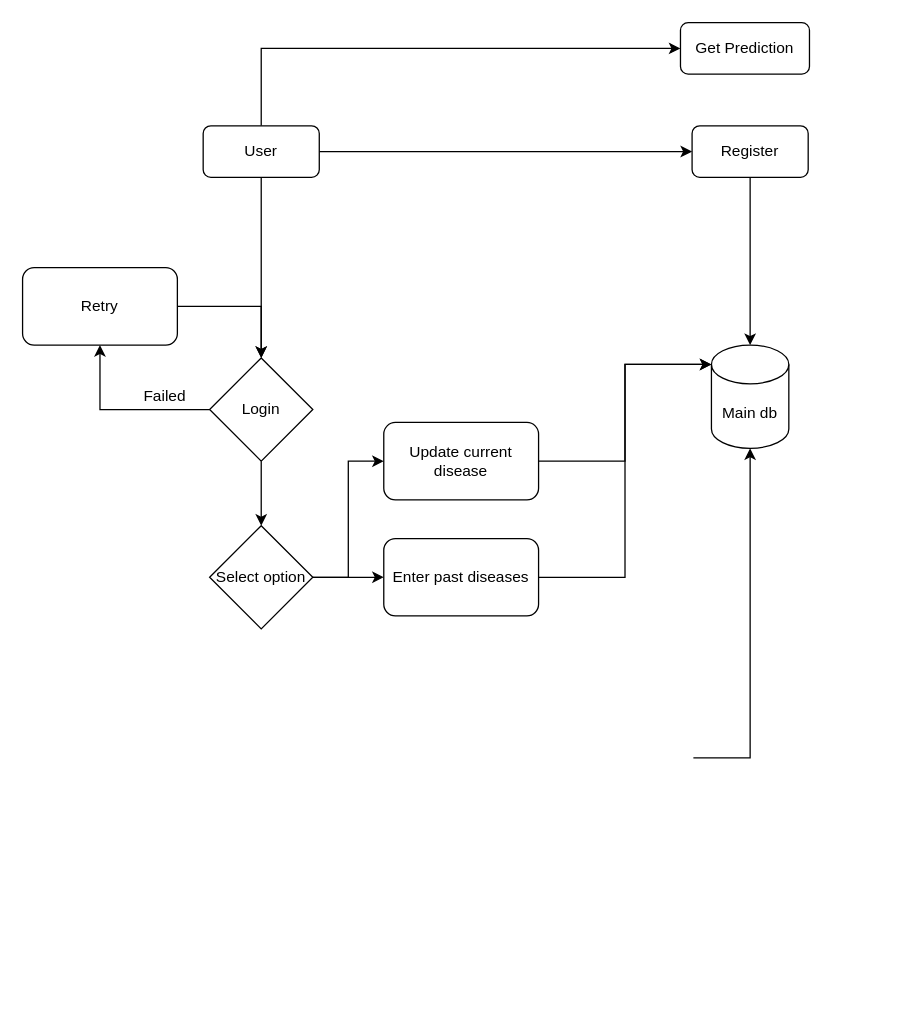
Above: page "Architecture" (5 of 7) of nadi.drawio in MohitBurkule/nadi (draw.io), before the change. Source tidied: cells renumbered, new cells numbered last; positions are measured from the earlier drawing's top-left corner, leaving out a move shared by most shapes. Both pictures are drawn from the tidied source at 129%, with x=0, y=0 at pixel (22, 22).
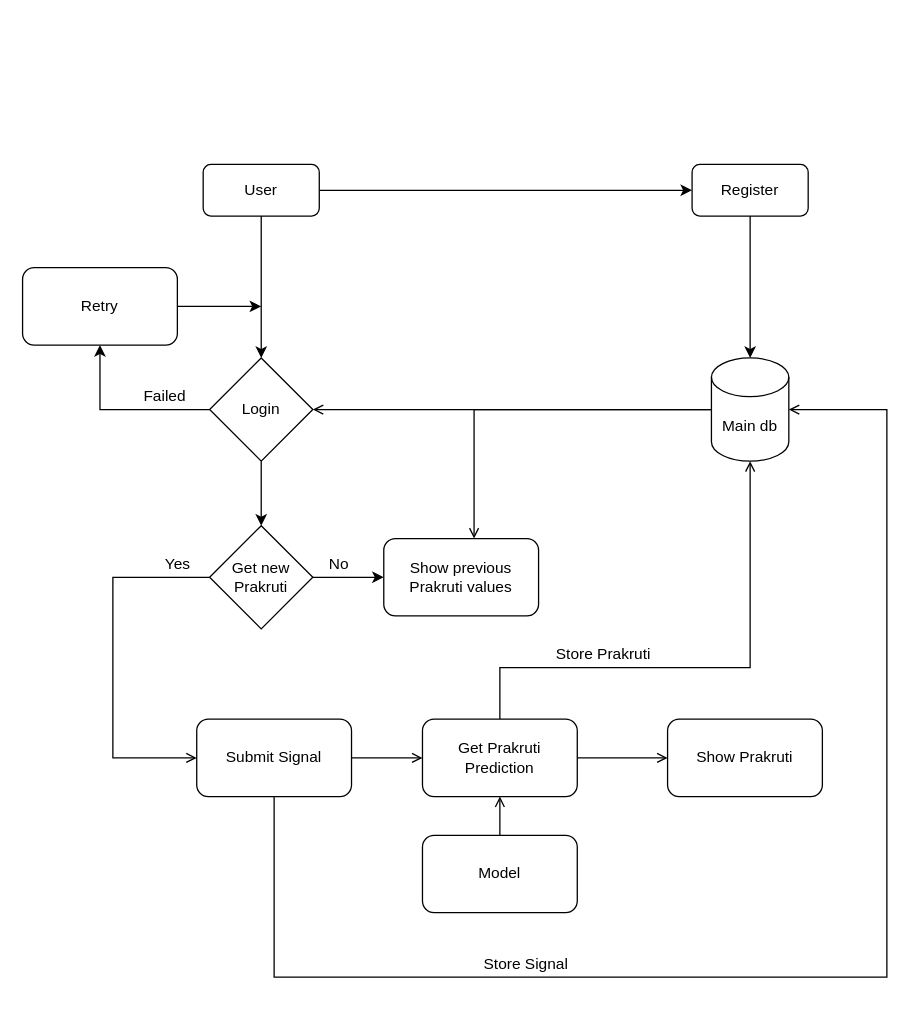
Above is the later version.

The change refers to these unchanged cells:
```xml
<mxCell id="11" value="Login" style="rhombus;whiteSpace=wrap;html=1;" parent="1" vertex="1">
  <mxGeometry x="145" y="260" width="80" height="80" as="geometry" />
</mxCell>
<mxCell id="15" value="Retry" style="rounded=1;whiteSpace=wrap;html=1;" parent="1" vertex="1">
  <mxGeometry y="190" width="120" height="60" as="geometry" />
</mxCell>
```

The edit, as a diff of the source:
```diff
@@
+    <mxCell id="24" style="edgeStyle=orthogonalEdgeStyle;rounded=0;jettySize=auto;html=1;exitX=0;exitY=0.5;exitDx=0;exitDy=0;exitPerimeter=0;endArrow=open;endFill=0;" parent="1" edge="1" source="2" target="21">
+      <mxGeometry relative="1" as="geometry">
+        <Array as="points">
+          <mxPoint x="350" y="300" />
+        </Array>
+      </mxGeometry>
+    </mxCell>
+    <mxCell id="25" style="edgeStyle=orthogonalEdgeStyle;rounded=0;jettySize=auto;html=1;exitX=0;exitY=0.5;exitDx=0;exitDy=0;exitPerimeter=0;entryX=1;entryY=0.5;entryDx=0;entryDy=0;endArrow=open;endFill=0;" parent="1" edge="1" source="2" target="11">
+      <mxGeometry relative="1" as="geometry" />
+    </mxCell>
     <mxCell id="2" value="Main db" style="shape=cylinder3;whiteSpace=wrap;html=1;boundedLbl=1;backgroundOutline=1;size=15;" parent="1" vertex="1">
-      <mxGeometry x="534" y="250" width="60" height="80" as="geometry" />
+      <mxGeometry x="534" y="260" width="60" height="80" as="geometry" />
     </mxCell>
@@
-    <mxCell id="5" style="edgeStyle=orthogonalEdgeStyle;rounded=0;jettySize=auto;html=1;exitX=0.5;exitY=0;exitDx=0;exitDy=0;entryX=0;entryY=0.5;entryDx=0;entryDy=0;" parent="1" edge="1" source="6" target="23">
-      <mxGeometry relative="1" as="geometry" />
-    </mxCell>
     <mxCell id="6" value="User" style="rounded=1;whiteSpace=wrap;html=1;" parent="1" vertex="1">
-      <mxGeometry x="140" y="80" width="90" height="40" as="geometry" />
+      <mxGeometry x="140" y="110" width="90" height="40" as="geometry" />
     </mxCell>
@@
     <mxCell id="8" value="Register" style="rounded=1;whiteSpace=wrap;html=1;" parent="1" vertex="1">
-      <mxGeometry x="519" y="80" width="90" height="40" as="geometry" />
+      <mxGeometry x="519" y="110" width="90" height="40" as="geometry" />
     </mxCell>
@@
+    <mxCell id="26" style="edgeStyle=orthogonalEdgeStyle;rounded=0;jettySize=auto;html=1;exitX=1;exitY=0.5;exitDx=0;exitDy=0;endArrow=open;endFill=0;" parent="1" edge="1" source="13" target="31">
+      <mxGeometry relative="1" as="geometry" />
+    </mxCell>
-    <mxCell id="12" style="edgeStyle=orthogonalEdgeStyle;rounded=0;jettySize=auto;html=1;entryX=0;entryY=0;entryDx=0;entryDy=15;entryPerimeter=0;" parent="1" edge="1" source="13" target="2">
-      <mxGeometry relative="1" as="geometry" />
+    <mxCell id="12" style="edgeStyle=orthogonalEdgeStyle;rounded=0;jettySize=auto;html=1;exitX=0.5;exitY=1;exitDx=0;exitDy=0;entryX=1;entryY=0.5;entryDx=0;entryDy=0;entryPerimeter=0;endArrow=open;endFill=0;" parent="1" edge="1" source="13" target="2">
+      <mxGeometry relative="1" as="geometry">
+        <Array as="points">
+          <mxPoint x="195" y="740" />
+          <mxPoint x="670" y="740" />
+          <mxPoint x="670" y="300" />
+        </Array>
+      </mxGeometry>
     </mxCell>
-    <mxCell id="13" value="Update current disease" style="rounded=1;whiteSpace=wrap;html=1;" parent="1" vertex="1">
-      <mxGeometry x="280" y="310" width="120" height="60" as="geometry" />
+    <mxCell id="13" value="Submit Signal" style="rounded=1;whiteSpace=wrap;html=1;" parent="1" vertex="1">
+      <mxGeometry x="135" y="540" width="120" height="60" as="geometry" />
     </mxCell>
-    <mxCell id="14" style="edgeStyle=orthogonalEdgeStyle;rounded=0;jettySize=auto;html=1;exitX=1;exitY=0.5;exitDx=0;exitDy=0;entryX=0.5;entryY=0;entryDx=0;entryDy=0;" parent="1" edge="1" source="15" target="11">
-      <mxGeometry relative="1" as="geometry" />
+    <mxCell id="14" style="edgeStyle=orthogonalEdgeStyle;rounded=0;jettySize=auto;html=1;exitX=1;exitY=0.5;exitDx=0;exitDy=0;" parent="1" edge="1" source="15">
+      <mxGeometry relative="1" as="geometry">
+        <mxPoint x="185" y="220" as="targetPoint" />
+      </mxGeometry>
     </mxCell>
@@
+    <mxCell id="18" style="edgeStyle=orthogonalEdgeStyle;rounded=0;jettySize=auto;html=1;exitX=1;exitY=0.5;exitDx=0;exitDy=0;entryX=0;entryY=0.5;entryDx=0;entryDy=0;" parent="1" edge="1" source="19" target="21">
+      <mxGeometry relative="1" as="geometry" />
+    </mxCell>
-    <mxCell id="17" style="edgeStyle=orthogonalEdgeStyle;rounded=0;jettySize=auto;html=1;exitX=1;exitY=0.5;exitDx=0;exitDy=0;entryX=0;entryY=0.5;entryDx=0;entryDy=0;" parent="1" edge="1" source="19" target="13">
-      <mxGeometry relative="1" as="geometry" />
+    <mxCell id="17" style="edgeStyle=orthogonalEdgeStyle;rounded=0;jettySize=auto;html=1;exitX=0;exitY=0.5;exitDx=0;exitDy=0;entryX=0;entryY=0.5;entryDx=0;entryDy=0;endArrow=open;endFill=0;" parent="1" edge="1" source="19" target="13">
+      <mxGeometry relative="1" as="geometry">
+        <Array as="points">
+          <mxPoint x="70" y="430" />
+          <mxPoint x="70" y="570" />
+        </Array>
+      </mxGeometry>
     </mxCell>
-    <mxCell id="18" style="edgeStyle=orthogonalEdgeStyle;rounded=0;jettySize=auto;html=1;exitX=1;exitY=0.5;exitDx=0;exitDy=0;entryX=0;entryY=0.5;entryDx=0;entryDy=0;" parent="1" edge="1" source="19" target="21">
-      <mxGeometry relative="1" as="geometry" />
-    </mxCell>
-    <mxCell id="19" value="Select option" style="rhombus;whiteSpace=wrap;html=1;" parent="1" vertex="1">
+    <mxCell id="19" value="Get new Prakruti" style="rhombus;whiteSpace=wrap;html=1;" parent="1" vertex="1">
       <mxGeometry x="145" y="390" width="80" height="80" as="geometry" />
     </mxCell>
-    <mxCell id="20" style="edgeStyle=orthogonalEdgeStyle;rounded=0;jettySize=auto;html=1;entryX=0;entryY=0;entryDx=0;entryDy=15;entryPerimeter=0;" parent="1" edge="1" source="21" target="2">
-      <mxGeometry relative="1" as="geometry" />
-    </mxCell>
-    <mxCell id="21" value="Enter past diseases" style="rounded=1;whiteSpace=wrap;html=1;" parent="1" vertex="1">
+    <mxCell id="21" value="Show previous Prakruti values" style="rounded=1;whiteSpace=wrap;html=1;" parent="1" vertex="1">
       <mxGeometry x="280" y="400" width="120" height="60" as="geometry" />
     </mxCell>
-    <mxCell id="22" style="edgeStyle=orthogonalEdgeStyle;rounded=0;jettySize=auto;html=1;exitX=0.5;exitY=0;exitDx=0;exitDy=0;" parent="1" edge="1" target="2">
-      <mxGeometry relative="1" as="geometry">
-        <mxPoint x="520" y="570" as="sourcePoint" />
-        <Array as="points">
-          <mxPoint x="564" y="570" />
-        </Array>
-      </mxGeometry>
-    </mxCell>
-    <mxCell id="23" value="Get Prediction" style="rounded=1;whiteSpace=wrap;html=1;" parent="1" vertex="1">
-      <mxGeometry x="510" width="100" height="40" as="geometry" />
-    </mxCell>
+    <mxCell id="27" value="No" style="text;html=1;align=center;verticalAlign=middle;" parent="1" vertex="1">
+      <mxGeometry x="230" y="410" width="30" height="20" as="geometry" />
+    </mxCell>
+    <mxCell id="28" value="Yes" style="text;html=1;align=center;verticalAlign=middle;" parent="1" vertex="1">
+      <mxGeometry x="100" y="410" width="40" height="20" as="geometry" />
+    </mxCell>
+    <mxCell id="29" style="edgeStyle=orthogonalEdgeStyle;rounded=0;jettySize=auto;html=1;exitX=1;exitY=0.5;exitDx=0;exitDy=0;entryX=0;entryY=0.5;entryDx=0;entryDy=0;endArrow=open;endFill=0;" parent="1" edge="1" source="31" target="34">
+      <mxGeometry relative="1" as="geometry" />
+    </mxCell>
+    <mxCell id="30" style="edgeStyle=orthogonalEdgeStyle;rounded=0;jettySize=auto;html=1;exitX=0.5;exitY=0;exitDx=0;exitDy=0;entryX=0.5;entryY=1;entryDx=0;entryDy=0;entryPerimeter=0;endArrow=open;endFill=0;" parent="1" edge="1" source="31" target="2">
+      <mxGeometry relative="1" as="geometry">
+        <Array as="points">
+          <mxPoint x="370" y="500" />
+          <mxPoint x="564" y="500" />
+        </Array>
+      </mxGeometry>
+    </mxCell>
+    <mxCell id="31" value="Get Prakruti Prediction" style="rounded=1;whiteSpace=wrap;html=1;" parent="1" vertex="1">
+      <mxGeometry x="310" y="540" width="120" height="60" as="geometry" />
+    </mxCell>
+    <mxCell id="32" style="edgeStyle=orthogonalEdgeStyle;rounded=0;jettySize=auto;html=1;exitX=0.5;exitY=0;exitDx=0;exitDy=0;entryX=0.5;entryY=1;entryDx=0;entryDy=0;endArrow=open;endFill=0;" parent="1" edge="1" source="33" target="31">
+      <mxGeometry relative="1" as="geometry" />
+    </mxCell>
+    <mxCell id="33" value="Model" style="rounded=1;whiteSpace=wrap;html=1;" parent="1" vertex="1">
+      <mxGeometry x="310" y="630" width="120" height="60" as="geometry" />
+    </mxCell>
+    <mxCell id="34" value="Show Prakruti" style="rounded=1;whiteSpace=wrap;html=1;" parent="1" vertex="1">
+      <mxGeometry x="500" y="540" width="120" height="60" as="geometry" />
+    </mxCell>
+    <mxCell id="35" value="Store Signal" style="text;html=1;align=center;verticalAlign=middle;" parent="1" vertex="1">
+      <mxGeometry x="350" y="720" width="80" height="20" as="geometry" />
+    </mxCell>
+    <mxCell id="36" value="Store Prakruti" style="text;html=1;align=center;verticalAlign=middle;" parent="1" vertex="1">
+      <mxGeometry x="405" y="480" width="90" height="20" as="geometry" />
+    </mxCell>
```
